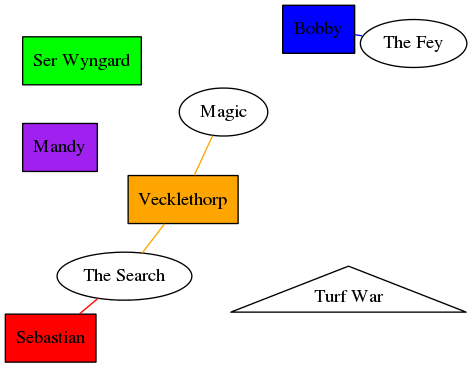
This is might-of-aurora/might-of-aurora.png from stevenvergenz/vergenz-dresden-map, a Graphviz export, as it was before one commit. Its source is kept beside it as might-of-aurora/might-of-aurora.dot.
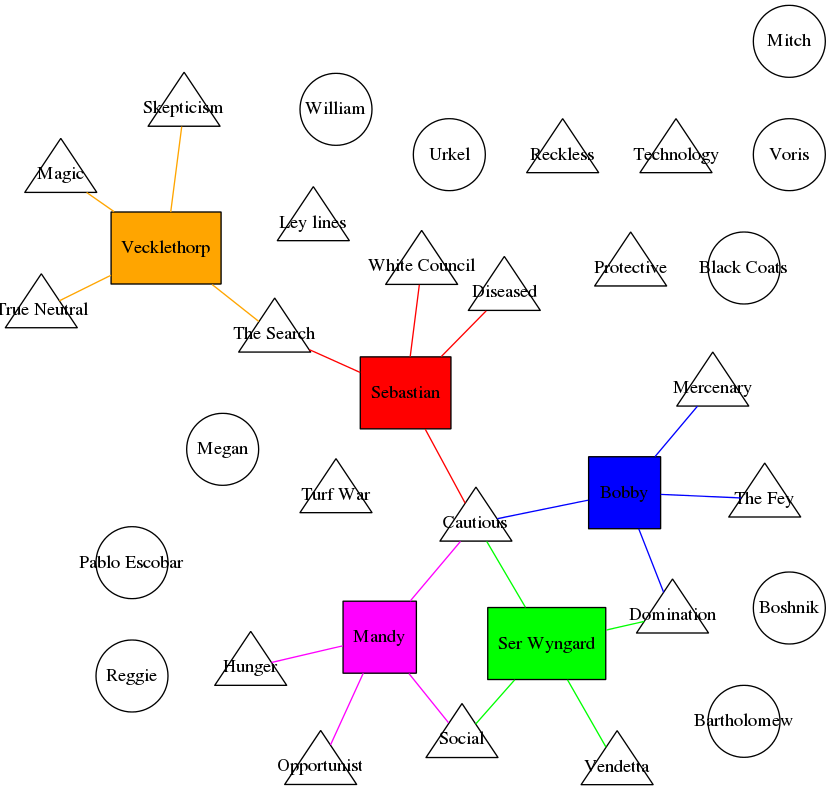
After the commit.

Commit message:
Added remaining aspects, started on NPCs

Diff of the diagram source:
```diff
@@ -1,45 +1,112 @@
-graph dresden
+graph might_of_aurora
 {
+	graph [overlap=scale]
+	node [fixedsize="true", width="0.75", height="0.75"]
+
 	subgraph pcs
 	{
-		node [shape=box, style="filled"]
-		mandy [label="Mandy", fillcolor="purple"]
+		node [fixedsize="false", shape=box, style="filled"]
+		mandy [label="Mandy", fillcolor="magenta"]
 		bobby [label="Bobby", fillcolor="blue"]
 		sebastian [label="Sebastian", fillcolor="red"]
+		vecklethorp [label="Vecklethorp", fillcolor="orange"]
 		wyngard [label="Ser Wyngard", fillcolor="green"]
-		vecklethorp [label="Vecklethorp", fillcolor="orange"]
 	}
 
-	subgraph vecklethorp_group
+	subgraph aspects
 	{
-		edge [color="orange"]
-		vecklethorp;
-		vecklethorp -- search
-		vecklethorp -- magic
+		node [shape=triangle, regular=true]
+		search [label="The Search"]
+		war [label="Turf War"]
+		magic [label="Magic"]
+		fey [label="The Fey"]
+		lines [label="Ley lines"]
+		domination [label="Domination"]
+		vendetta [label="Vendetta"]
+		opportunist [label="Opportunist"]
+		hunger [label="Hunger"]
+		diseased [label="Diseased"]
+		mercenary [label="Mercenary"]
+		council [label="White Council"]
+		cautious [label="Cautious"]
+		neutral [label="True Neutral"]
+		skepticism [label="Skepticism"]
+		social [label="Social"]
+		protective [label="Protective"]
+		technology [label="Technology"]
+		reckless [label="Reckless"]
+	}
+
+	subgraph faces
+	{
+		node [shape="circle"]
+		urkel [label="Urkel"]
+		megan [label="Megan"]
+		william [label="William"]
+		coats [label="Black Coats"]
+		escobar [label="Pablo Escobar"]
+		reggie [label="Reggie"]
+		bartholomew [label="Bartholomew"]
+		boshnik [label="Boshnik"]
+		voris [label="Voris"]
+		mitch [label="Mitch"]
+	}
+
+	subgraph locations
+	{
+		node [shape="diamond"]
+	}
+
+
+	subgraph mandy_group
+	{
+		edge [color="magenta"]
+		mandy;
+		mandy -- hunger
+		mandy -- cautious
+		mandy -- opportunist
+		mandy -- social
+	}
+
+	subgraph bobby_group
+	{
+		edge [color="blue"]
+		bobby
+		bobby -- fey
+		bobby -- domination
+		bobby -- cautious
+		bobby -- mercenary
 	}
 
 	subgraph sebastian_group
 	{
 		edge [color="red"]
-		sebastian;
+		sebastian
 		sebastian -- search
+		sebastian -- diseased
+		sebastian -- cautious
+		sebastian -- council
 	}
 
-	subgraph bobby_group
+
+	subgraph vecklethorp_group
 	{
-		edge [color="blue"]
-		bobby;
-		bobby -- fey
+		edge [color="orange"]
+		vecklethorp
+		vecklethorp -- search
+		vecklethorp -- magic
+		vecklethorp -- neutral
+		vecklethorp -- skepticism
 	}
 
-	subgraph aspects
+	subgraph wyngard_group
 	{
-		node [shape=triangle]
-		search [label="The Search"]
-		war [label="Turf War"]
-		magic [label="Magic"]
-		fey [label="The Fey"]
-
+		edge [color="green"]
+		wyngard
+		wyngard -- vendetta
+		wyngard -- domination
+		wyngard -- cautious
+		wyngard -- social
 	}
 
 }
```
